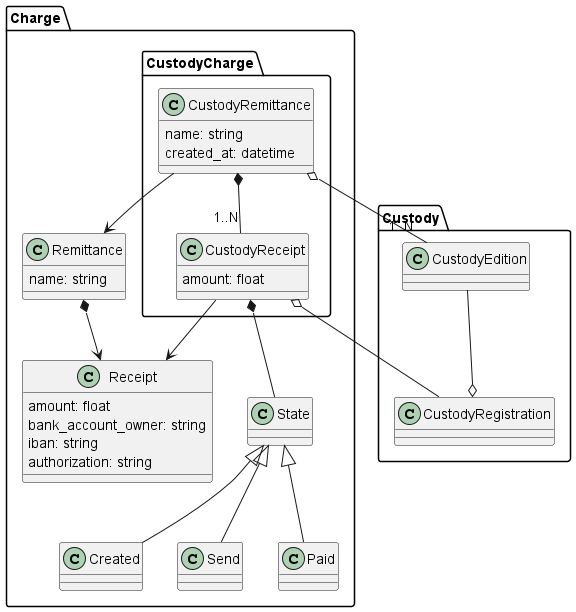
Before: doc/DomainModelDiagram/ChargePackage/Camps/Camps.png, a diagram exported from PlantUML (IgnacioMaestro/ampa-manager).
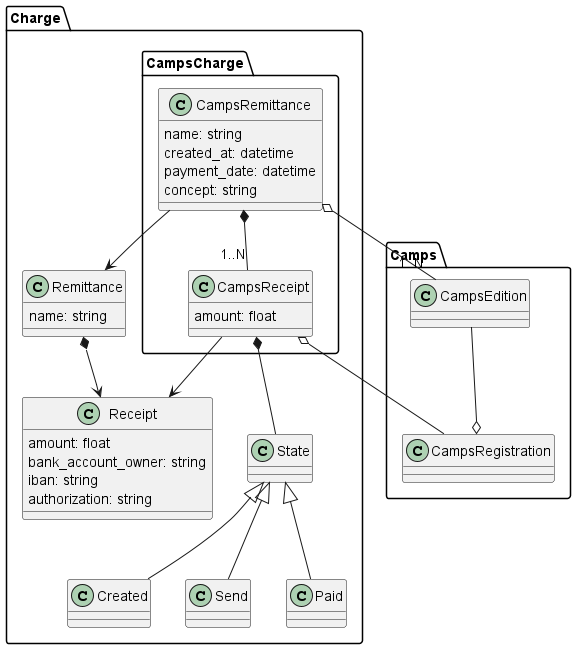
The same file after the commit.

Commit message:
feat: add doc for Camps and Custody

The edit, as a diff of the source:
```diff
@@ -1,11 +1,13 @@
 @startuml
 package Charge{
-    package CustodyCharge{
-        class CustodyRemittance{
+    package CampsCharge{
+        class CampsRemittance{
             name: string
             created_at: datetime
+            payment_date: datetime
+            concept: string
         }
-        class CustodyReceipt {
+        class CampsReceipt {
             amount: float
         }
     }
@@ -30,18 +32,18 @@
 
     Remittance *--> Receipt
 
-    CustodyReceipt --> Receipt
-    CustodyRemittance --> Remittance
+    CampsReceipt --> Receipt
+    CampsRemittance --> Remittance
 
-    CustodyReceipt *-- State
-    CustodyRemittance *-- "1..N" CustodyReceipt
+    CampsReceipt *-- State
+    CampsRemittance *-- "1..N" CampsReceipt
 }
 
-package Custody{
-    class CustodyEdition
-    class CustodyRegistration
+package Camps{
+    class CampsEdition
+    class CampsRegistration
 }
-CustodyRemittance o-- "1..N" CustodyEdition
-CustodyReceipt o-- CustodyRegistration
-CustodyEdition --o CustodyRegistration
+CampsRemittance o-- "1..N" CampsEdition
+CampsReceipt o-- CampsRegistration
+CampsEdition --o CampsRegistration
 @enduml
```
